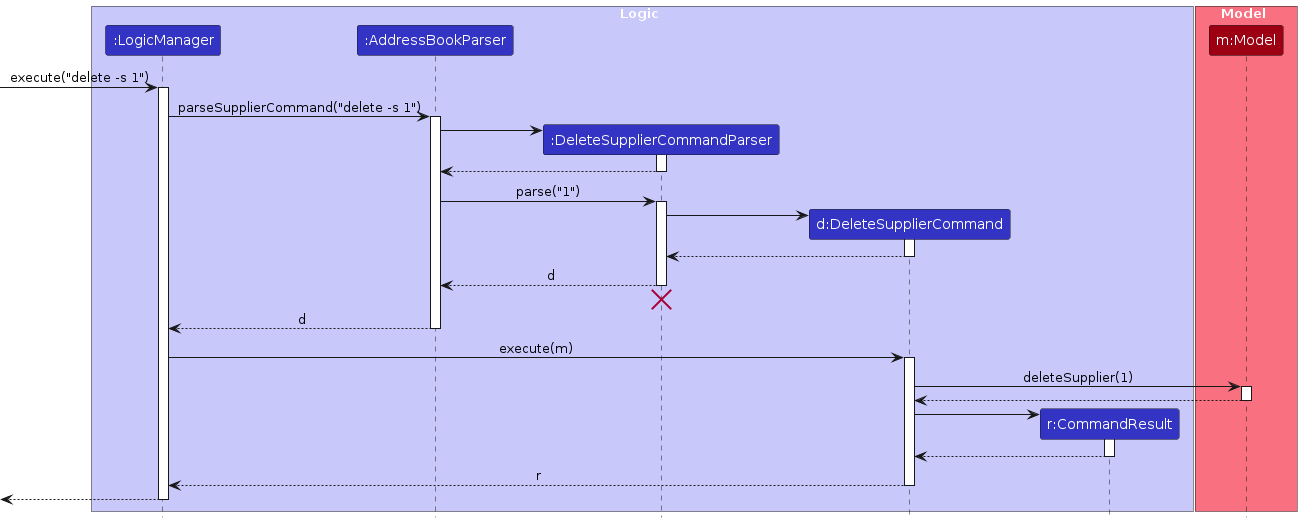
Earlier version of the PlantUML export diagrams/DeleteSupplierSequenceDiagram.png (prave1n/VendorVault). Its source is kept beside it as diagrams/DeleteSupplierSequenceDiagram.puml.
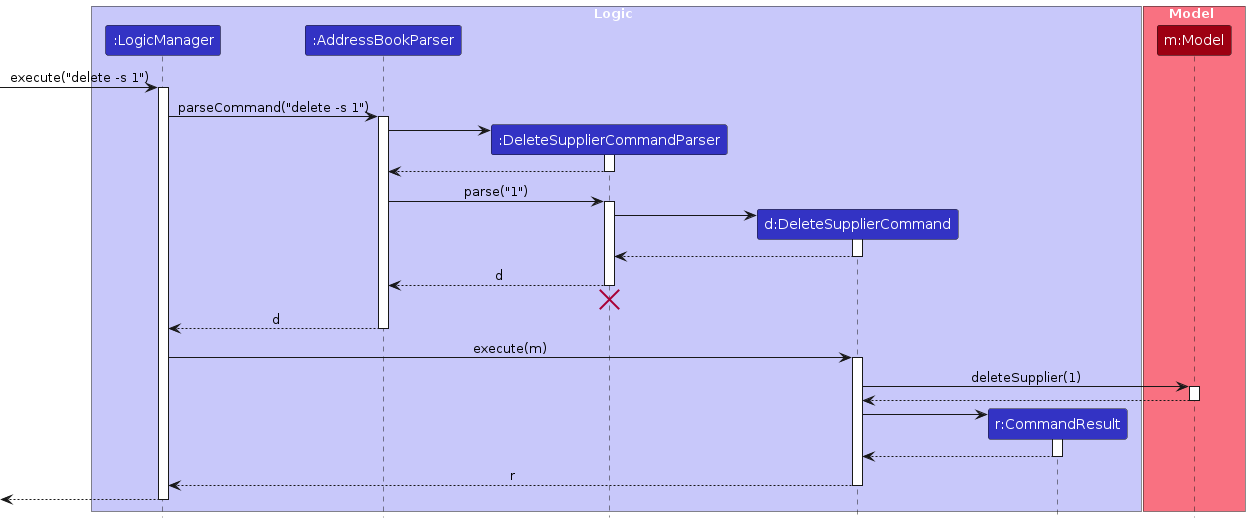
After the commit.

Change to the diagram source:
```diff
@@ -17,7 +17,7 @@
 [-> LogicManager : execute("delete -s 1")
 activate LogicManager
 
-LogicManager -> AddressBookParser : parseSupplierCommand("delete -s 1")
+LogicManager -> AddressBookParser : parseCommand("delete -s 1")
 activate AddressBookParser
 
 create DeleteSupplierCommandParser
```
